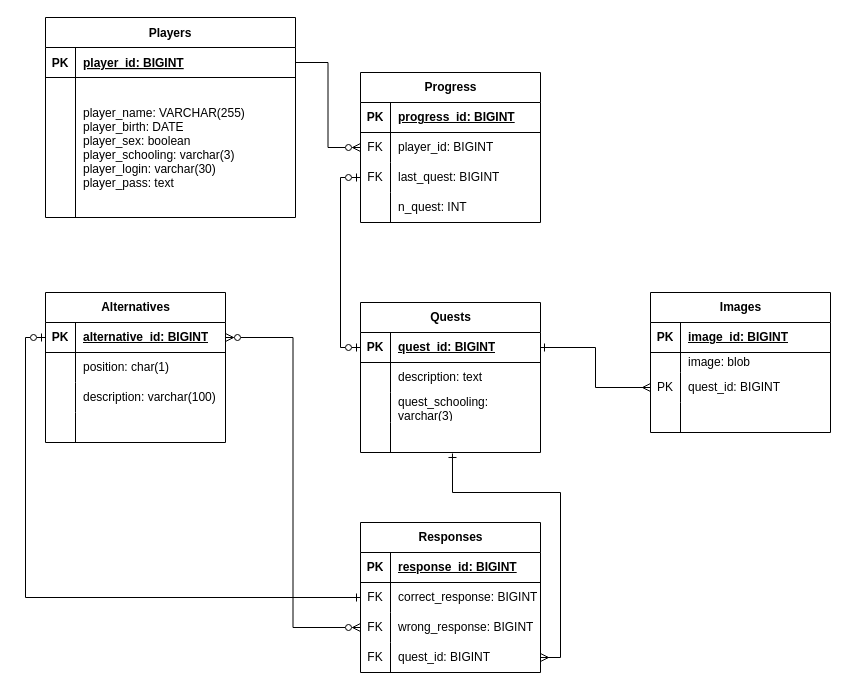
Earlier version of the draw.io diagram documents/entity_diagram.drawio (EduLMoraes/tree_game). Source tidied: cells renumbered, new cells numbered last; positions are measured from the earlier drawing's top-left corner, leaving out a move shared by most shapes. Both pictures are drawn from the tidied source at 100%, with x=0, y=0 at pixel (45, 17).
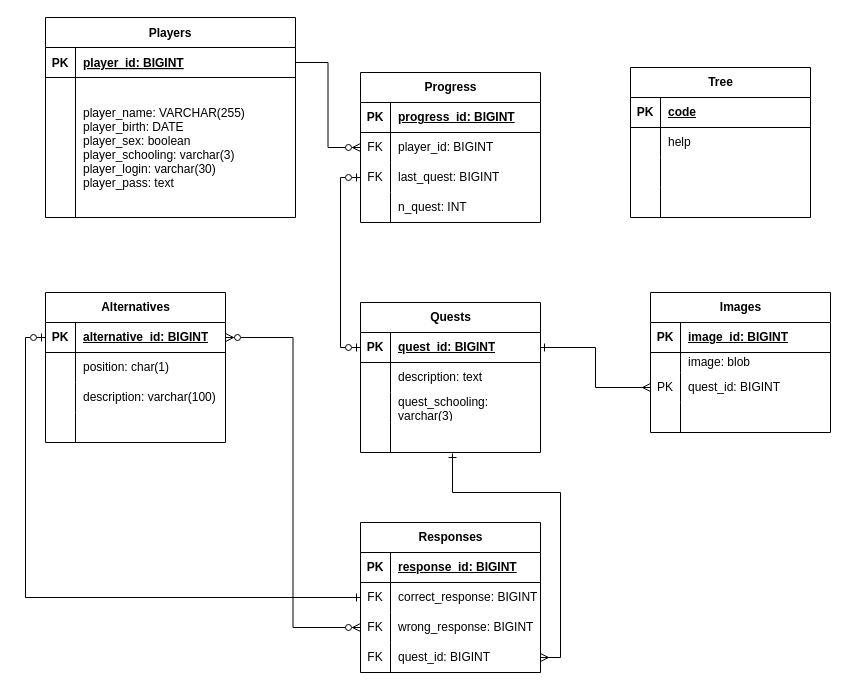
Above is the later version.

Diff of the diagram source:
```diff
@@
+    <mxCell id="80" value="Tree" style="shape=table;startSize=30;childLayout=tableLayout;rowLines=0;fontStyle=1;align=center;html=1;" parent="1" vertex="1">
+      <mxGeometry x="585" y="50" width="180" height="150" as="geometry" />
+    </mxCell>
+    <mxCell id="81" style="shape=tableRow;horizontal=0;startSize=0;swimlaneHead=0;swimlaneBody=0;fillColor=none;top=0;left=0;right=0;bottom=1;" parent="80" vertex="1">
+      <mxGeometry y="30" width="180" height="30" as="geometry" />
+    </mxCell>
+    <mxCell id="82" value="PK" style="shape=partialRectangle;fillColor=none;top=0;left=0;bottom=0;right=0;fontStyle=1;overflow=hidden;whiteSpace=wrap;html=1;" parent="81" vertex="1">
+      <mxGeometry width="30" height="30" as="geometry" />
+    </mxCell>
+    <mxCell id="83" value="code" style="shape=partialRectangle;fillColor=none;top=0;left=0;bottom=0;right=0;align=left;spacingLeft=6;fontStyle=5;overflow=hidden;whiteSpace=wrap;html=1;" parent="81" vertex="1">
+      <mxGeometry x="30" width="150" height="30" as="geometry" />
+    </mxCell>
+    <mxCell id="84" style="shape=tableRow;horizontal=0;startSize=0;swimlaneHead=0;swimlaneBody=0;fillColor=none;top=0;left=0;right=0;bottom=0;" parent="80" vertex="1">
+      <mxGeometry y="60" width="180" height="30" as="geometry" />
+    </mxCell>
+    <mxCell id="85" style="shape=partialRectangle;fillColor=none;top=0;left=0;bottom=0;right=0;overflow=hidden;whiteSpace=wrap;html=1;" parent="84" vertex="1">
+      <mxGeometry width="30" height="30" as="geometry" />
+    </mxCell>
+    <mxCell id="86" value="help" style="shape=partialRectangle;fillColor=none;top=0;left=0;bottom=0;right=0;align=left;spacingLeft=6;overflow=hidden;whiteSpace=wrap;html=1;" parent="84" vertex="1">
+      <mxGeometry x="30" width="150" height="30" as="geometry" />
+    </mxCell>
+    <mxCell id="87" style="shape=tableRow;horizontal=0;startSize=0;swimlaneHead=0;swimlaneBody=0;fillColor=none;top=0;left=0;right=0;bottom=0;" parent="80" vertex="1">
+      <mxGeometry y="90" width="180" height="30" as="geometry" />
+    </mxCell>
+    <mxCell id="88" style="shape=partialRectangle;fillColor=none;top=0;left=0;bottom=0;right=0;overflow=hidden;whiteSpace=wrap;html=1;" parent="87" vertex="1">
+      <mxGeometry width="30" height="30" as="geometry" />
+    </mxCell>
+    <mxCell id="89" style="shape=partialRectangle;fillColor=none;top=0;left=0;bottom=0;right=0;align=left;spacingLeft=6;overflow=hidden;whiteSpace=wrap;html=1;" parent="87" vertex="1">
+      <mxGeometry x="30" width="150" height="30" as="geometry" />
+    </mxCell>
+    <mxCell id="90" style="shape=tableRow;horizontal=0;startSize=0;swimlaneHead=0;swimlaneBody=0;fillColor=none;top=0;left=0;right=0;bottom=0;" parent="80" vertex="1">
+      <mxGeometry y="120" width="180" height="30" as="geometry" />
+    </mxCell>
+    <mxCell id="91" style="shape=partialRectangle;fillColor=none;top=0;left=0;bottom=0;right=0;overflow=hidden;whiteSpace=wrap;html=1;" parent="90" vertex="1">
+      <mxGeometry width="30" height="30" as="geometry" />
+    </mxCell>
+    <mxCell id="92" style="shape=partialRectangle;fillColor=none;top=0;left=0;bottom=0;right=0;align=left;spacingLeft=6;overflow=hidden;whiteSpace=wrap;html=1;" parent="90" vertex="1">
+      <mxGeometry x="30" width="150" height="30" as="geometry" />
+    </mxCell>
```
